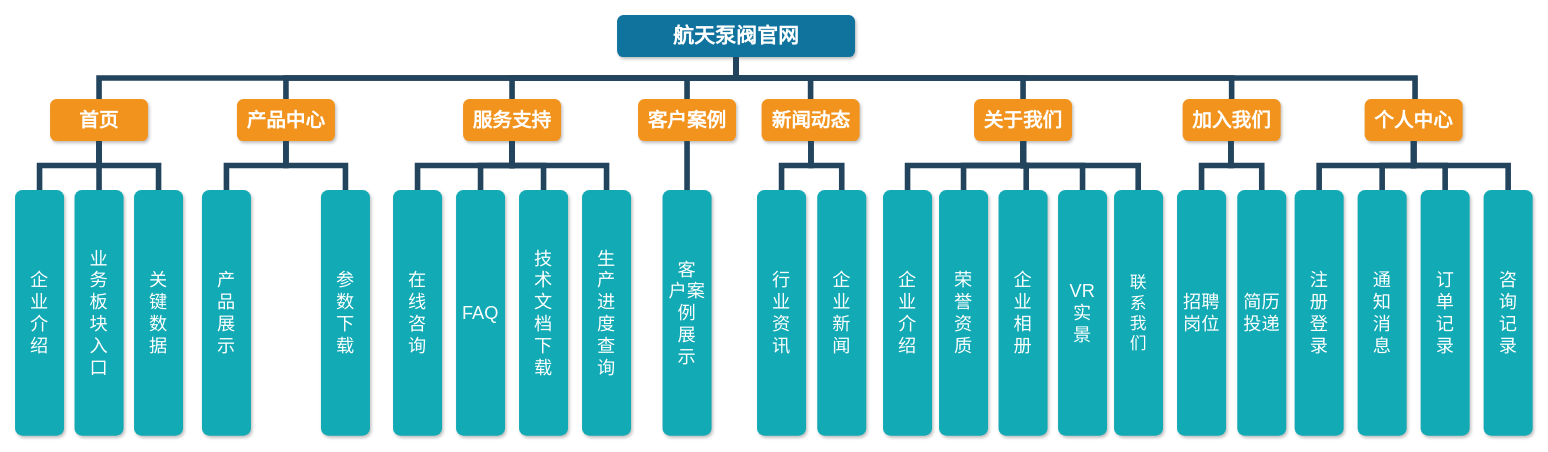
Above: htbfgnjg.drawio in young2hao/test (draw.io), before the change. Source tidied: cells renumbered, new cells numbered last; positions are measured from the earlier drawing's top-left corner, leaving out a move shared by most shapes. Both pictures are drawn from the tidied source at 70%, with x=0, y=0 at pixel (15, 15).
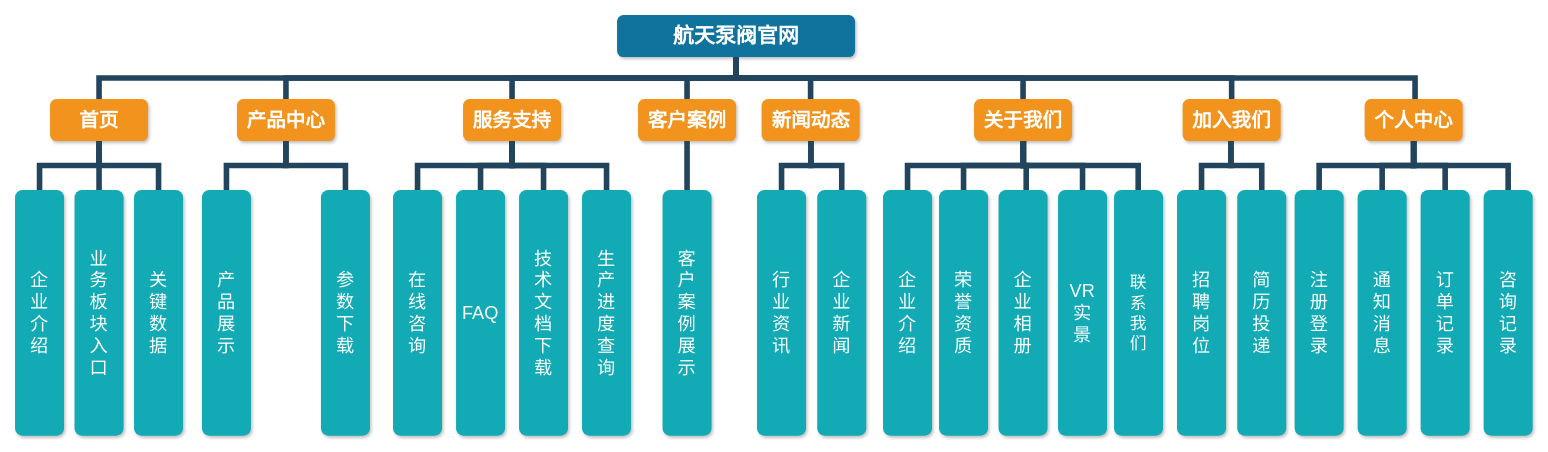
Above is the later version.

Change to the diagram source:
```diff
@@
-    <mxCell id="43" value="客&#10;户案&#10;例&#10;展&#10;示" style="whiteSpace=wrap;rounded=1;fillColor=#12AAB5;strokeColor=none;shadow=1;fontColor=#FFFFFF;fontSize=26;" parent="1" vertex="1">
+    <mxCell id="43" value="客&#10;户&#10;案&#10;例&#10;展&#10;示" style="whiteSpace=wrap;rounded=1;fillColor=#12AAB5;strokeColor=none;shadow=1;fontColor=#FFFFFF;fontSize=26;" parent="1" vertex="1">
       <mxGeometry x="925" y="250" width="70" height="351" as="geometry" />
     </mxCell>
@@
-    <mxCell id="50" value="简历投递" style="whiteSpace=wrap;rounded=1;fillColor=#12AAB5;strokeColor=none;shadow=1;fontColor=#FFFFFF;fontSize=26;" parent="1" vertex="1">
+    <mxCell id="50" value="简&#10;历&#10;投&#10;递" style="whiteSpace=wrap;rounded=1;fillColor=#12AAB5;strokeColor=none;shadow=1;fontColor=#FFFFFF;fontSize=26;" parent="1" vertex="1">
       <mxGeometry x="1746" y="250" width="70" height="351" as="geometry" />
     </mxCell>
@@
-    <mxCell id="52" value="招聘岗位" style="whiteSpace=wrap;rounded=1;fillColor=#12AAB5;strokeColor=none;shadow=1;fontColor=#FFFFFF;fontSize=26;" parent="1" vertex="1">
+    <mxCell id="52" value="招&#10;聘&#10;岗&#10;位" style="whiteSpace=wrap;rounded=1;fillColor=#12AAB5;strokeColor=none;shadow=1;fontColor=#FFFFFF;fontSize=26;" parent="1" vertex="1">
       <mxGeometry x="1660" y="250" width="70" height="351" as="geometry" />
     </mxCell>
```
